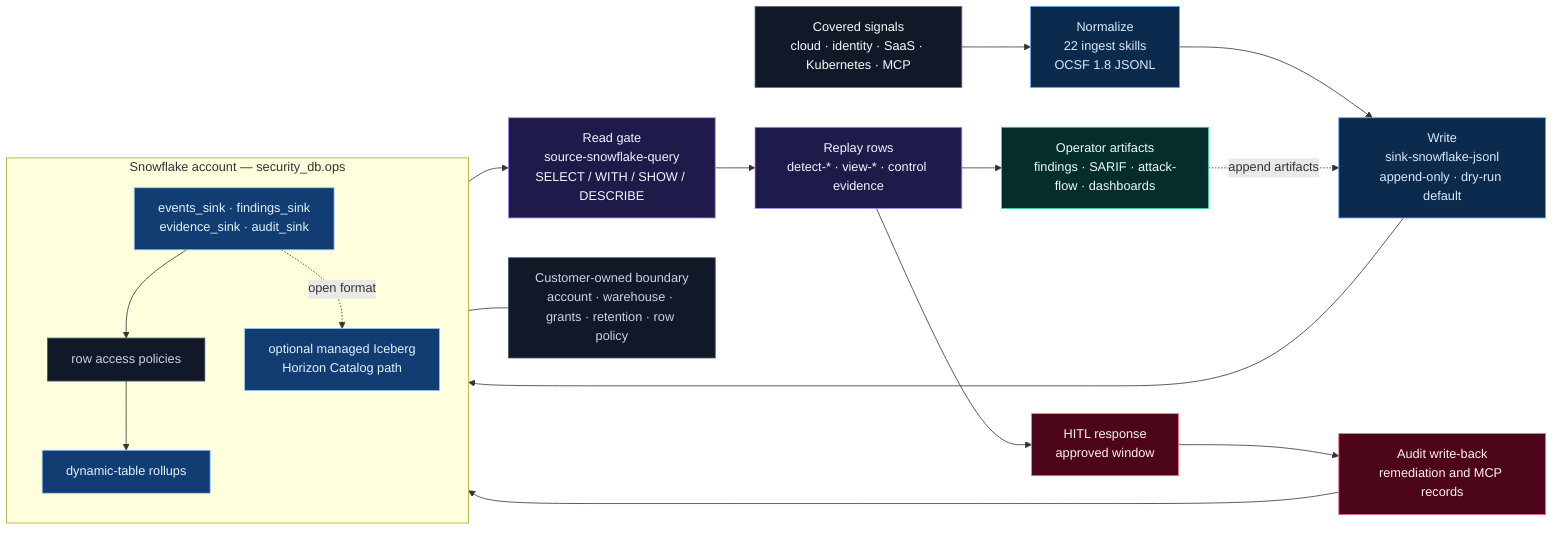
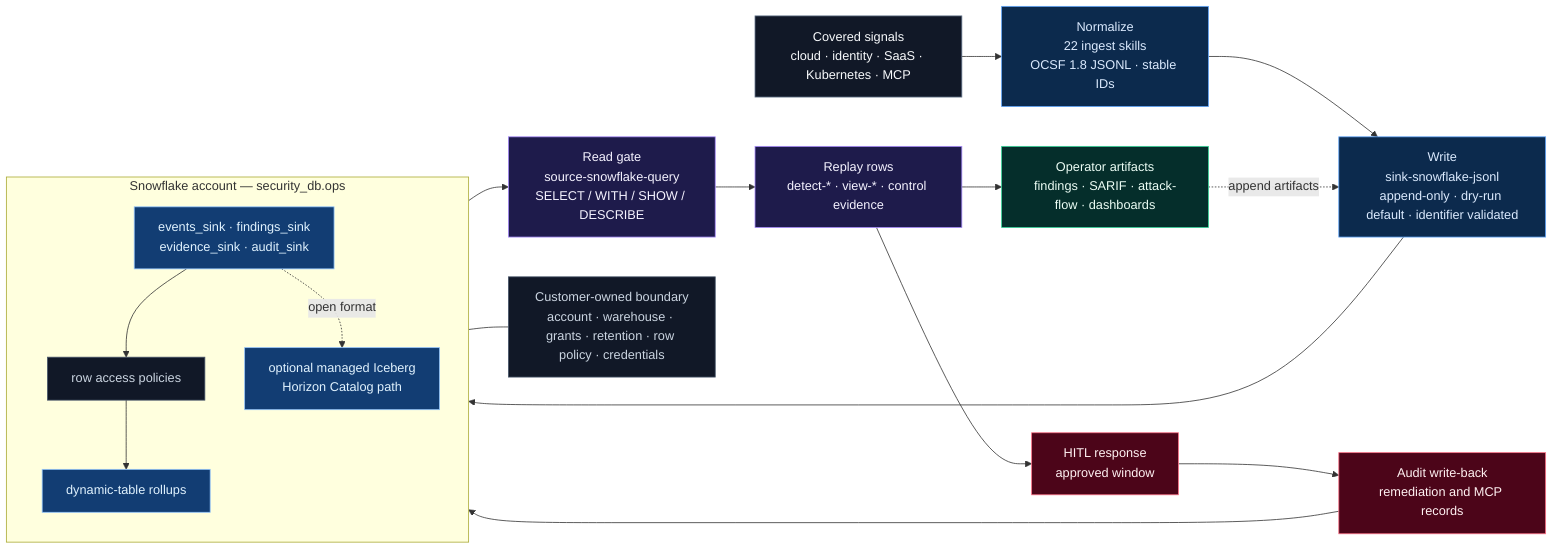
%% Snowflake security data lake — readable closed-loop lanes.
%% Hero-narrative companion to docs/SNOWFLAKE_DATA_LAKE.md.
%% The README SVG is hand-authored for readability; this Mermaid source keeps
%% the same logical topology without the old dense auto-layout graph.

flowchart LR
    classDef signal fill:#111827,stroke:#64748b,color:#f8fafc
    classDef write fill:#0c2a4d,stroke:#60a5fa,color:#dbeafe
    classDef lake fill:#123d73,stroke:#93c5fd,color:#e0f2fe
    classDef read fill:#1e1b4b,stroke:#a78bfa,color:#f5f3ff
    classDef output fill:#052e2b,stroke:#34d399,color:#ecfdf5
    classDef audit fill:#4c0519,stroke:#fb7185,color:#fff1f2
    classDef policy fill:#111827,stroke:#475569,color:#cbd5e1

    SIG["Covered signals<br/>cloud · identity · SaaS · Kubernetes · MCP"]:::signal
-     ING["Normalize<br/>22 ingest skills<br/>OCSF 1.8 JSONL"]:::write
-     SINK["Write<br/>sink-snowflake-jsonl<br/>append-only · dry-run default"]:::write
+     ING["Normalize<br/>22 ingest skills<br/>OCSF 1.8 JSONL · stable IDs"]:::write
+     SINK["Write<br/>sink-snowflake-jsonl<br/>append-only · dry-run default · identifier validated"]:::write

    subgraph SNOW["Snowflake account — security_db.ops"]
      direction TB
      TABLES["events_sink · findings_sink<br/>evidence_sink · audit_sink"]:::lake
      RLS["row access policies"]:::policy
      DT["dynamic-table rollups"]:::lake
      ICE["optional managed Iceberg<br/>Horizon Catalog path"]:::lake
    end

    READ["Read gate<br/>source-snowflake-query<br/>SELECT / WITH / SHOW / DESCRIBE"]:::read
    REPLAY["Replay rows<br/>detect-* · view-* · control evidence"]:::read
    ART["Operator artifacts<br/>findings · SARIF · attack-flow · dashboards"]:::output
    HITL["HITL response<br/>approved window"]:::audit
    AUDIT["Audit write-back<br/>remediation and MCP records"]:::audit
-     BOUNDARY["Customer-owned boundary<br/>account · warehouse · grants · retention · row policy"]:::policy
+     BOUNDARY["Customer-owned boundary<br/>account · warehouse · grants · retention · row policy · credentials"]:::policy

    SIG --> ING --> SINK --> TABLES
    TABLES --> RLS --> DT
    TABLES -. open format .-> ICE
    TABLES --> READ --> REPLAY --> ART
    ART -. append artifacts .-> SINK
    REPLAY --> HITL --> AUDIT --> TABLES
    TABLES --- BOUNDARY
